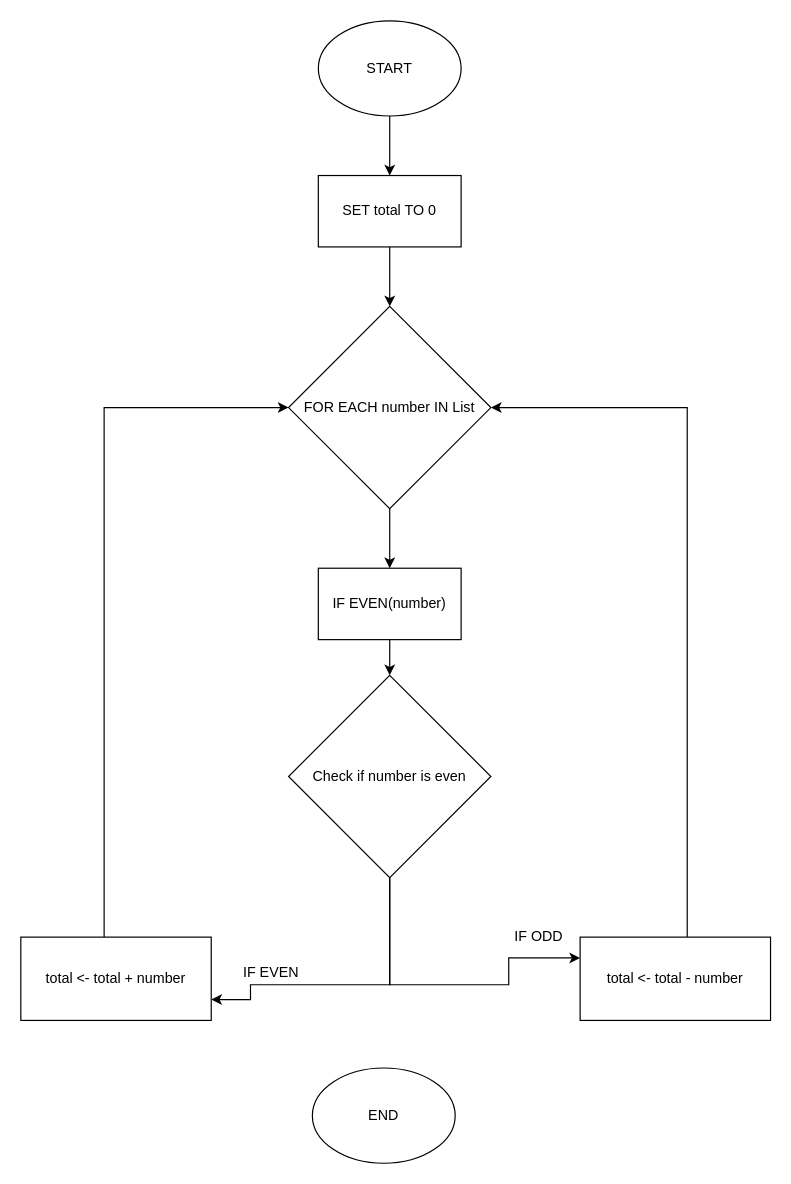
Above: Finalflowchart.drawio in AjBurds/CT1Flowchart (draw.io), before the change. Source tidied: cells renumbered, new cells numbered last; positions are measured from the earlier drawing's top-left corner, leaving out a move shared by most shapes. Both pictures are drawn from the tidied source at 119%, with x=0, y=0 at pixel (20, 20).
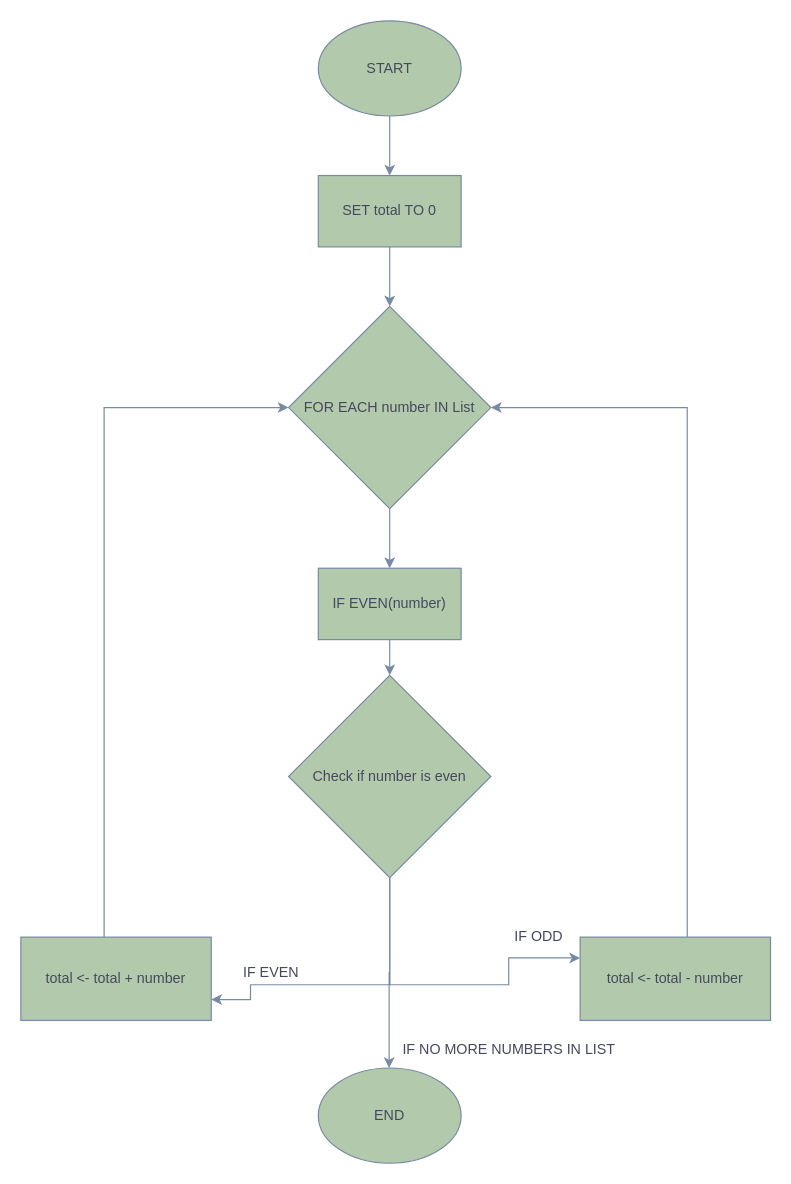
The same page after the edit.

Diff of the diagram source:
```diff
@@
-    <mxCell id="2" style="edgeStyle=orthogonalEdgeStyle;rounded=0;jettySize=auto;html=1;" parent="1" edge="1" source="3" target="5">
+    <mxCell id="2" style="edgeStyle=orthogonalEdgeStyle;rounded=0;jettySize=auto;html=1;labelBackgroundColor=none;strokeColor=#788AA3;fontColor=default;" parent="1" edge="1" source="3" target="5">
       <mxGeometry relative="1" as="geometry" />
     </mxCell>
-    <mxCell id="3" value="START" style="ellipse;whiteSpace=wrap;html=1;" parent="1" vertex="1">
+    <mxCell id="3" value="START" style="ellipse;whiteSpace=wrap;html=1;labelBackgroundColor=none;fillColor=#B2C9AB;strokeColor=#788AA3;fontColor=#46495D;" parent="1" vertex="1">
       <mxGeometry x="250" width="120" height="80" as="geometry" />
     </mxCell>
-    <mxCell id="4" style="edgeStyle=orthogonalEdgeStyle;rounded=0;jettySize=auto;html=1;" parent="1" edge="1" source="5" target="7">
+    <mxCell id="4" style="edgeStyle=orthogonalEdgeStyle;rounded=0;jettySize=auto;html=1;labelBackgroundColor=none;strokeColor=#788AA3;fontColor=default;" parent="1" edge="1" source="5" target="7">
       <mxGeometry relative="1" as="geometry" />
     </mxCell>
-    <mxCell id="5" value="SET total TO 0" style="rounded=0;whiteSpace=wrap;html=1;" parent="1" vertex="1">
+    <mxCell id="5" value="SET total TO 0" style="rounded=0;whiteSpace=wrap;html=1;labelBackgroundColor=none;fillColor=#B2C9AB;strokeColor=#788AA3;fontColor=#46495D;" parent="1" vertex="1">
       <mxGeometry x="250" y="130" width="120" height="60" as="geometry" />
     </mxCell>
-    <mxCell id="6" style="edgeStyle=orthogonalEdgeStyle;rounded=0;jettySize=auto;html=1;" parent="1" edge="1" source="7" target="9">
+    <mxCell id="6" style="edgeStyle=orthogonalEdgeStyle;rounded=0;jettySize=auto;html=1;labelBackgroundColor=none;strokeColor=#788AA3;fontColor=default;" parent="1" edge="1" source="7" target="9">
       <mxGeometry relative="1" as="geometry" />
     </mxCell>
-    <mxCell id="7" value="FOR EACH number IN List" style="rhombus;whiteSpace=wrap;html=1;" parent="1" vertex="1">
+    <mxCell id="7" value="FOR EACH number IN List" style="rhombus;whiteSpace=wrap;html=1;labelBackgroundColor=none;fillColor=#B2C9AB;strokeColor=#788AA3;fontColor=#46495D;" parent="1" vertex="1">
       <mxGeometry x="225" y="240" width="170" height="170" as="geometry" />
     </mxCell>
-    <mxCell id="8" style="edgeStyle=orthogonalEdgeStyle;rounded=0;jettySize=auto;html=1;" parent="1" edge="1" source="9" target="11">
+    <mxCell id="8" style="edgeStyle=orthogonalEdgeStyle;rounded=0;jettySize=auto;html=1;labelBackgroundColor=none;strokeColor=#788AA3;fontColor=default;" parent="1" edge="1" source="9" target="11">
       <mxGeometry relative="1" as="geometry" />
     </mxCell>
-    <mxCell id="9" value="IF EVEN(number)" style="rounded=0;whiteSpace=wrap;html=1;" parent="1" vertex="1">
+    <mxCell id="9" value="IF EVEN(number)" style="rounded=0;whiteSpace=wrap;html=1;labelBackgroundColor=none;fillColor=#B2C9AB;strokeColor=#788AA3;fontColor=#46495D;" parent="1" vertex="1">
       <mxGeometry x="250" y="460" width="120" height="60" as="geometry" />
     </mxCell>
-    <mxCell id="10" style="edgeStyle=orthogonalEdgeStyle;rounded=0;jettySize=auto;html=1;entryX=1;entryY=0.75;entryDx=0;entryDy=0;" parent="1" edge="1" source="11" target="13">
+    <mxCell id="10" style="edgeStyle=orthogonalEdgeStyle;rounded=0;jettySize=auto;html=1;entryX=1;entryY=0.75;entryDx=0;entryDy=0;labelBackgroundColor=none;strokeColor=#788AA3;fontColor=default;" parent="1" edge="1" source="11" target="13">
       <mxGeometry relative="1" as="geometry">
         <Array as="points">
           <mxPoint x="310" y="810" />
           <mxPoint x="193" y="810" />
           <mxPoint x="193" y="823" />
         </Array>
       </mxGeometry>
     </mxCell>
-    <mxCell id="11" value="Check if number is even" style="rhombus;whiteSpace=wrap;html=1;" parent="1" vertex="1">
+    <mxCell id="11" value="Check if number is even" style="rhombus;whiteSpace=wrap;html=1;labelBackgroundColor=none;fillColor=#B2C9AB;strokeColor=#788AA3;fontColor=#46495D;" parent="1" vertex="1">
       <mxGeometry x="225" y="550" width="170" height="170" as="geometry" />
     </mxCell>
-    <mxCell id="12" style="edgeStyle=orthogonalEdgeStyle;rounded=0;jettySize=auto;html=1;entryX=0;entryY=0.5;entryDx=0;entryDy=0;" parent="1" edge="1" source="13" target="7">
+    <mxCell id="12" style="edgeStyle=orthogonalEdgeStyle;rounded=0;jettySize=auto;html=1;entryX=0;entryY=0.5;entryDx=0;entryDy=0;labelBackgroundColor=none;strokeColor=#788AA3;fontColor=default;" parent="1" edge="1" source="13" target="7">
       <mxGeometry relative="1" as="geometry">
         <Array as="points">
           <mxPoint x="70" y="325" />
         </Array>
       </mxGeometry>
     </mxCell>
-    <mxCell id="13" value="total &amp;lt;- total + number" style="rounded=0;whiteSpace=wrap;html=1;" parent="1" vertex="1">
+    <mxCell id="13" value="total &amp;lt;- total + number" style="rounded=0;whiteSpace=wrap;html=1;labelBackgroundColor=none;fillColor=#B2C9AB;strokeColor=#788AA3;fontColor=#46495D;" parent="1" vertex="1">
       <mxGeometry y="770" width="160" height="70" as="geometry" />
     </mxCell>
-    <mxCell id="14" style="edgeStyle=orthogonalEdgeStyle;rounded=0;jettySize=auto;html=1;entryX=1;entryY=0.5;entryDx=0;entryDy=0;" parent="1" edge="1" source="15" target="7">
+    <mxCell id="14" style="edgeStyle=orthogonalEdgeStyle;rounded=0;jettySize=auto;html=1;entryX=1;entryY=0.5;entryDx=0;entryDy=0;labelBackgroundColor=none;strokeColor=#788AA3;fontColor=default;" parent="1" edge="1" source="15" target="7">
       <mxGeometry relative="1" as="geometry">
         <Array as="points">
           <mxPoint x="560" y="325" />
         </Array>
       </mxGeometry>
     </mxCell>
-    <mxCell id="15" value="total &amp;lt;- total - number" style="rounded=0;whiteSpace=wrap;html=1;" parent="1" vertex="1">
+    <mxCell id="15" value="total &amp;lt;- total - number" style="rounded=0;whiteSpace=wrap;html=1;labelBackgroundColor=none;fillColor=#B2C9AB;strokeColor=#788AA3;fontColor=#46495D;" parent="1" vertex="1">
       <mxGeometry x="470" y="770" width="160" height="70" as="geometry" />
     </mxCell>
-    <mxCell id="16" value="END" style="ellipse;whiteSpace=wrap;html=1;" parent="1" vertex="1">
-      <mxGeometry x="245" y="880" width="120" height="80" as="geometry" />
+    <mxCell id="16" value="END" style="ellipse;whiteSpace=wrap;html=1;labelBackgroundColor=none;fillColor=#B2C9AB;strokeColor=#788AA3;fontColor=#46495D;" parent="1" vertex="1">
+      <mxGeometry x="250" y="880" width="120" height="80" as="geometry" />
     </mxCell>
-    <mxCell id="17" style="edgeStyle=orthogonalEdgeStyle;rounded=0;jettySize=auto;html=1;entryX=0;entryY=0.25;entryDx=0;entryDy=0;" parent="1" edge="1" source="11" target="15">
+    <mxCell id="17" style="edgeStyle=orthogonalEdgeStyle;rounded=0;jettySize=auto;html=1;entryX=0;entryY=0.25;entryDx=0;entryDy=0;labelBackgroundColor=none;strokeColor=#788AA3;fontColor=default;" parent="1" edge="1" source="11" target="15">
       <mxGeometry relative="1" as="geometry">
         <Array as="points">
           <mxPoint x="310" y="810" />
           <mxPoint x="410" y="810" />
           <mxPoint x="410" y="788" />
         </Array>
       </mxGeometry>
     </mxCell>
-    <mxCell id="18" value="IF EVEN" style="text;html=1;align=center;verticalAlign=middle;strokeColor=none;fillColor=none;" parent="1" vertex="1">
+    <mxCell id="18" value="IF EVEN" style="text;html=1;align=center;verticalAlign=middle;strokeColor=none;fillColor=none;labelBackgroundColor=none;fontColor=#46495D;" parent="1" vertex="1">
       <mxGeometry x="175" y="785" width="70" height="30" as="geometry" />
     </mxCell>
-    <mxCell id="19" value="IF ODD" style="text;html=1;align=center;verticalAlign=middle;strokeColor=none;fillColor=none;" parent="1" vertex="1">
+    <mxCell id="19" value="IF ODD" style="text;html=1;align=center;verticalAlign=middle;strokeColor=none;fillColor=none;labelBackgroundColor=none;fontColor=#46495D;" parent="1" vertex="1">
       <mxGeometry x="405" y="755" width="60" height="30" as="geometry" />
     </mxCell>
+    <mxCell id="20" style="endArrow=classic;html=1;rounded=0;labelBackgroundColor=none;strokeColor=#788AA3;fontColor=default;" parent="1" edge="1">
+      <mxGeometry relative="1" as="geometry">
+        <mxPoint x="309.5" y="799" as="sourcePoint" />
+        <mxPoint x="309.5" y="880" as="targetPoint" />
+      </mxGeometry>
+    </mxCell>
+    <mxCell id="21" value="IF NO MORE NUMBERS IN LIST" style="text;html=1;align=center;verticalAlign=middle;strokeColor=none;fillColor=none;labelBackgroundColor=none;fontColor=#46495D;" parent="1" vertex="1">
+      <mxGeometry x="310" y="850" width="200" height="30" as="geometry" />
+    </mxCell>
```
